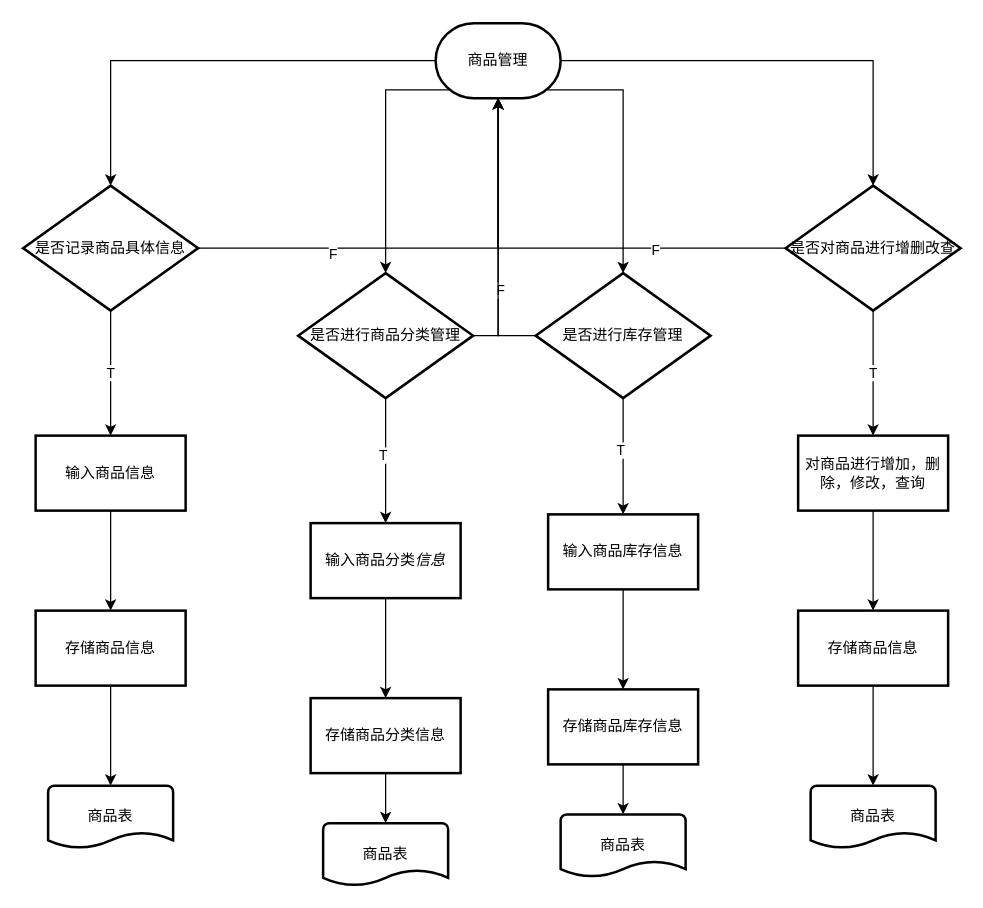
The draw.io diagram page "商品管理系统" (1 of 4) of 过程设计/功能流程图.drawio in Software-Engineering-Group-sophomore/SDUWH-2023-SE_DS_Work2, before the edit. Source tidied: cells renumbered, new cells numbered last; positions are measured from the earlier drawing's top-left corner, leaving out a move shared by most shapes. Both pictures are drawn from the tidied source at 125%, with x=0, y=0 at pixel (22, 22).
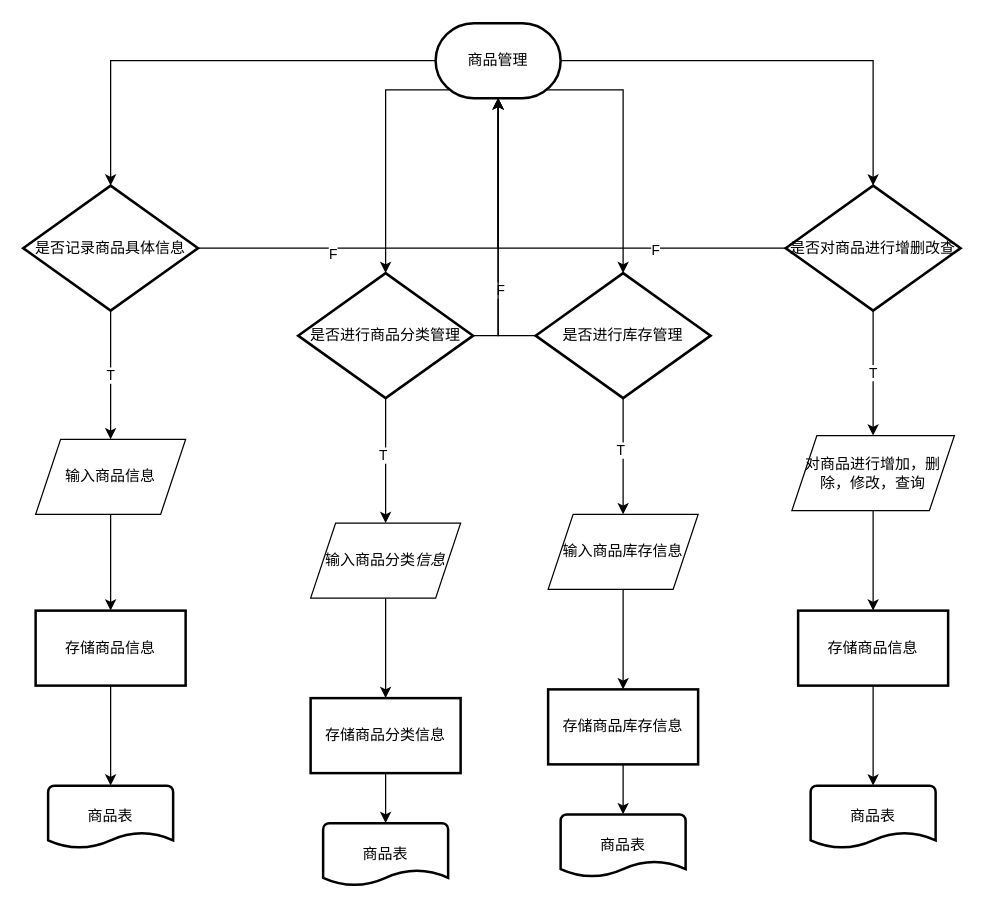
The same page after the edit.

Unchanged cells that the change refers to:
```xml
<mxCell id="10" value="是否记录商品具体信息" style="strokeWidth=2;html=1;shape=mxgraph.flowchart.decision;whiteSpace=wrap;" parent="1" vertex="1">
  <mxGeometry y="130" width="140" height="100" as="geometry" />
</mxCell>
<mxCell id="14" value="存储商品信息" style="whiteSpace=wrap;html=1;strokeWidth=2;" parent="1" vertex="1">
  <mxGeometry x="10" y="470" width="120" height="60" as="geometry" />
</mxCell>
```

Change to the diagram source:
```diff
@@
-    <mxCell id="7" value="T" style="edgeStyle=orthogonalEdgeStyle;rounded=0;jettySize=auto;html=1;" parent="1" edge="1" source="10" target="12">
+    <mxCell id="7" value="T" style="edgeStyle=orthogonalEdgeStyle;rounded=0;jettySize=auto;html=1;entryX=0.5;entryY=0;entryDx=0;entryDy=0;" parent="1" edge="1" source="10" target="12">
       <mxGeometry relative="1" as="geometry" />
     </mxCell>
@@
-    <mxCell id="11" style="edgeStyle=orthogonalEdgeStyle;rounded=0;jettySize=auto;html=1;" parent="1" edge="1" source="12" target="14">
+    <mxCell id="11" style="edgeStyle=orthogonalEdgeStyle;rounded=0;jettySize=auto;html=1;exitX=0.5;exitY=1;exitDx=0;exitDy=0;" parent="1" edge="1" source="12" target="14">
       <mxGeometry relative="1" as="geometry" />
     </mxCell>
-    <mxCell id="12" value="输入商品信息" style="whiteSpace=wrap;html=1;strokeWidth=2;" parent="1" vertex="1">
-      <mxGeometry x="10" y="330" width="120" height="60" as="geometry" />
-    </mxCell>
@@
-    <mxCell id="22" value="输入商品分类&lt;i&gt;信息&lt;/i&gt;" style="whiteSpace=wrap;html=1;strokeWidth=2;" parent="1" vertex="1">
+    <mxCell id="22" value="输入商品分类&lt;i&gt;信息&lt;/i&gt;" style="shape=parallelogram;perimeter=parallelogramPerimeter;whiteSpace=wrap;html=1;fixedSize=1;" parent="1" vertex="1">
       <mxGeometry x="230" y="400" width="120" height="60" as="geometry" />
     </mxCell>
@@
-    <mxCell id="31" value="输入商品库存信息" style="whiteSpace=wrap;html=1;strokeWidth=2;" parent="1" vertex="1">
+    <mxCell id="31" value="输入商品库存信息" style="shape=parallelogram;perimeter=parallelogramPerimeter;whiteSpace=wrap;html=1;fixedSize=1;" parent="1" vertex="1">
       <mxGeometry x="420" y="393" width="120" height="60" as="geometry" />
     </mxCell>
@@
-    <mxCell id="40" value="对商品进行增加，删除，修改，查询" style="whiteSpace=wrap;html=1;strokeWidth=2;" parent="1" vertex="1">
-      <mxGeometry x="620" y="330" width="120" height="60" as="geometry" />
+    <mxCell id="40" value="对商品进行增加，删除，修改，查询" style="shape=parallelogram;perimeter=parallelogramPerimeter;whiteSpace=wrap;html=1;fixedSize=1;" parent="1" vertex="1">
+      <mxGeometry x="615" y="330" width="130" height="60" as="geometry" />
     </mxCell>
@@
+    <mxCell id="12" value="输入商品信息" style="shape=parallelogram;perimeter=parallelogramPerimeter;whiteSpace=wrap;html=1;fixedSize=1;" parent="1" vertex="1">
+      <mxGeometry x="10" y="333" width="120" height="60" as="geometry" />
+    </mxCell>
```
